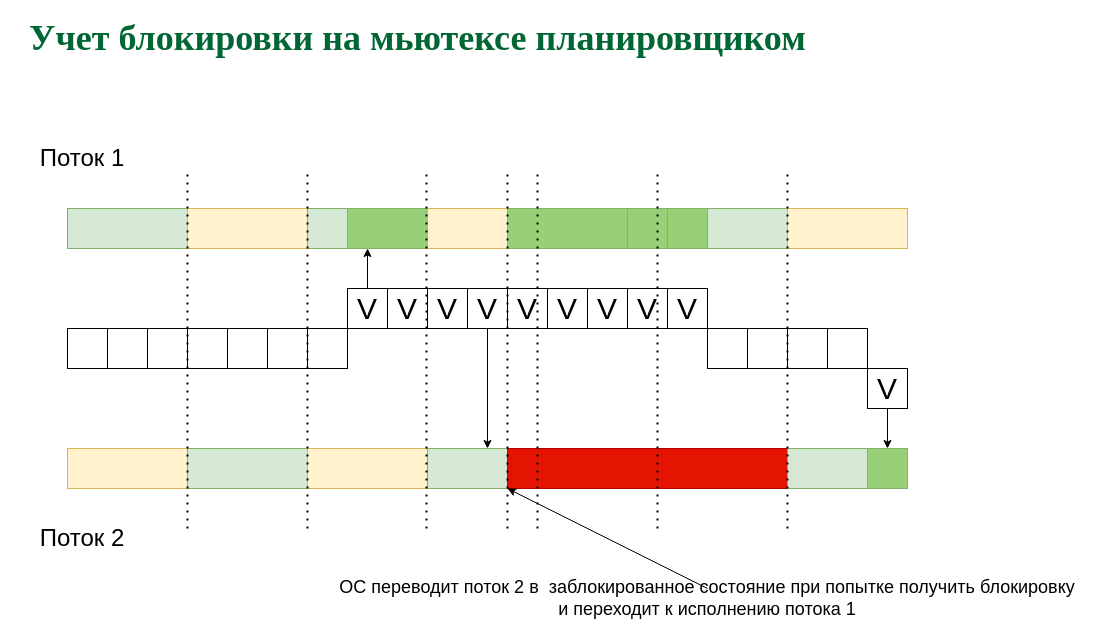
Before: page "Mutex - queue" (2 of 5) of sync.drawio in 77maxikov/os_course, a draw.io diagram. Source tidied: cells renumbered, new cells numbered last; positions are measured from the earlier drawing's top-left corner, leaving out a move shared by most shapes. Both pictures are drawn from the tidied source at 100%, with x=0, y=0 at pixel (17, 28).
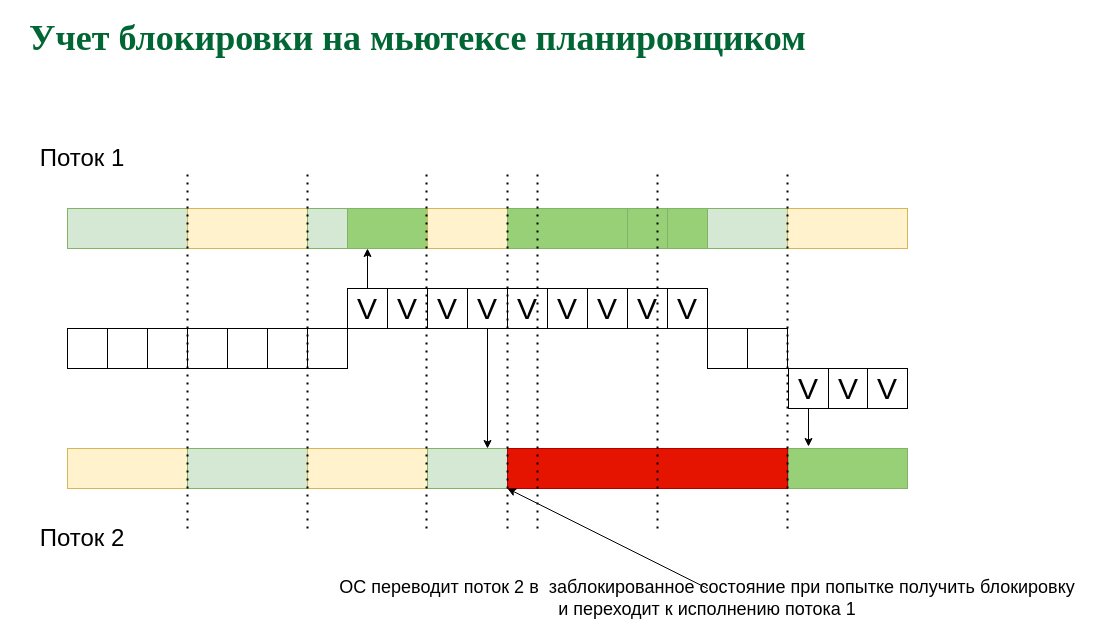
Above is the later version.

Change to the diagram source:
```diff
@@
     <mxCell id="29" style="rounded=0;whiteSpace=wrap;html=1;strokeColor=#82b366;fillColor=#97D077;" parent="1" vertex="1">
-      <mxGeometry x="850" y="420" width="40" height="40" as="geometry" />
+      <mxGeometry x="771" y="420" width="119" height="40" as="geometry" />
     </mxCell>
@@
     <mxCell id="32" value="&lt;font style=&quot;font-size: 30px&quot;&gt;V&lt;/font&gt;" style="whiteSpace=wrap;html=1;" parent="1" vertex="1">
-      <mxGeometry x="850" y="340" width="40" height="40" as="geometry" />
+      <mxGeometry x="771" y="340" width="40" height="40" as="geometry" />
     </mxCell>
@@
-    <mxCell id="38" style="whiteSpace=wrap;html=1;" parent="1" vertex="1">
-      <mxGeometry x="770" y="300" width="40" height="40" as="geometry" />
-    </mxCell>
-    <mxCell id="39" style="rounded=0;whiteSpace=wrap;html=1;fillColor=#d5e8d4;strokeColor=#82b366;" parent="1" vertex="1">
-      <mxGeometry x="770" y="420" width="80" height="40" as="geometry" />
-    </mxCell>
-    <mxCell id="40" style="whiteSpace=wrap;html=1;" parent="1" vertex="1">
-      <mxGeometry x="810" y="300" width="40" height="40" as="geometry" />
-    </mxCell>
@@
-    <mxCell id="42" style="endArrow=classic;html=1;exitX=0.5;exitY=1;exitDx=0;exitDy=0;entryX=0.5;entryY=0;entryDx=0;entryDy=0;" parent="1" edge="1" source="32" target="29">
+    <mxCell id="42" style="endArrow=classic;html=1;exitX=0.5;exitY=1;exitDx=0;exitDy=0;entryX=0.168;entryY=-0.05;entryDx=0;entryDy=0;entryPerimeter=0;" parent="1" edge="1" source="32" target="29">
       <mxGeometry relative="1" as="geometry" />
     </mxCell>
@@
+    <mxCell id="55" value="&lt;font style=&quot;font-size: 30px&quot;&gt;V&lt;/font&gt;" style="whiteSpace=wrap;html=1;" parent="1" vertex="1">
+      <mxGeometry x="811" y="340" width="40" height="40" as="geometry" />
+    </mxCell>
+    <mxCell id="56" value="&lt;font style=&quot;font-size: 30px&quot;&gt;V&lt;/font&gt;" style="whiteSpace=wrap;html=1;" parent="1" vertex="1">
+      <mxGeometry x="850" y="340" width="40" height="40" as="geometry" />
+    </mxCell>
```
